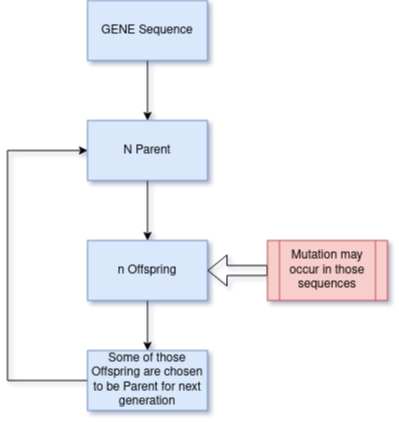
This is fig_1a.png from IRSINGH27/stochastic_Project, a draw.io export, as it was before one commit. Source tidied: cells renumbered, new cells last; positions are measured from the earlier drawing's top-left corner, leaving out a move shared by most shapes. Source of this version:
```xml
<mxGraphModel>
  <root>
    <mxCell id="0" />
    <mxCell id="1" parent="0" />
    <mxCell id="2" style="edgeStyle=orthogonalEdgeStyle;rounded=0;jettySize=auto;html=1;exitX=0.5;exitY=1;exitDx=0;exitDy=0;entryX=0.5;entryY=0;entryDx=0;entryDy=0;" parent="1" edge="1" source="3" target="5">
      <mxGeometry relative="1" as="geometry" />
    </mxCell>
    <mxCell id="3" value="GENE Sequence" style="rounded=0;whiteSpace=wrap;html=1;fillColor=#dae8fc;strokeColor=#6c8ebf;" parent="1" vertex="1">
      <mxGeometry x="80" width="120" height="60" as="geometry" />
    </mxCell>
    <mxCell id="4" style="edgeStyle=orthogonalEdgeStyle;rounded=0;jettySize=auto;html=1;entryX=0.5;entryY=0;entryDx=0;entryDy=0;" parent="1" edge="1" source="5" target="7">
      <mxGeometry relative="1" as="geometry" />
    </mxCell>
    <mxCell id="5" value="N Parent" style="rounded=0;whiteSpace=wrap;html=1;fillColor=#dae8fc;strokeColor=#6c8ebf;" parent="1" vertex="1">
      <mxGeometry x="80" y="120" width="120" height="60" as="geometry" />
    </mxCell>
    <mxCell id="6" style="edgeStyle=orthogonalEdgeStyle;rounded=0;jettySize=auto;html=1;exitX=0.5;exitY=1;exitDx=0;exitDy=0;" parent="1" edge="1" source="7" target="11">
      <mxGeometry relative="1" as="geometry" />
    </mxCell>
    <mxCell id="7" value="n Offspring" style="rounded=0;whiteSpace=wrap;html=1;fillColor=#dae8fc;strokeColor=#6c8ebf;" parent="1" vertex="1">
      <mxGeometry x="80" y="240" width="120" height="60" as="geometry" />
    </mxCell>
    <mxCell id="8" style="edgeStyle=orthogonalEdgeStyle;rounded=0;jettySize=auto;html=1;exitX=0;exitY=0.5;exitDx=0;exitDy=0;entryX=1;entryY=0.5;entryDx=0;entryDy=0;shape=flexArrow;" parent="1" edge="1" source="9" target="7">
      <mxGeometry relative="1" as="geometry" />
    </mxCell>
    <mxCell id="9" value="Mutation may occur in those sequences" style="shape=process;whiteSpace=wrap;html=1;backgroundOutline=1;fillColor=#f8cecc;strokeColor=#b85450;" parent="1" vertex="1">
      <mxGeometry x="260" y="240" width="120" height="60" as="geometry" />
    </mxCell>
    <mxCell id="10" style="edgeStyle=orthogonalEdgeStyle;rounded=0;jettySize=auto;html=1;exitX=0;exitY=0.5;exitDx=0;exitDy=0;entryX=0;entryY=0.5;entryDx=0;entryDy=0;" parent="1" edge="1" source="11" target="5">
      <mxGeometry relative="1" as="geometry">
        <Array as="points">
          <mxPoint y="380" />
          <mxPoint y="150" />
        </Array>
      </mxGeometry>
    </mxCell>
    <mxCell id="11" value="Some of those Offspring are chosen to be Parent for next generation" style="rounded=0;whiteSpace=wrap;html=1;fillColor=#dae8fc;strokeColor=#6c8ebf;" parent="1" vertex="1">
      <mxGeometry x="80" y="350" width="120" height="60" as="geometry" />
    </mxCell>
  </root>
</mxGraphModel>
```
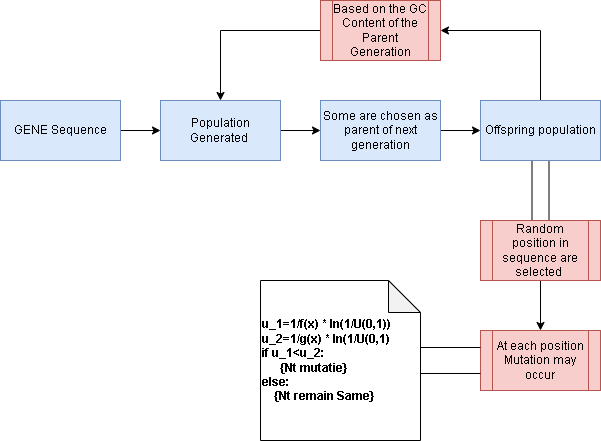
The same file after the commit.

Diff of the diagram source:
```diff
@@ -2,40 +2,53 @@
   <root>
     <mxCell id="0" />
     <mxCell id="1" parent="0" />
-    <mxCell id="2" style="edgeStyle=orthogonalEdgeStyle;rounded=0;jettySize=auto;html=1;exitX=0.5;exitY=1;exitDx=0;exitDy=0;entryX=0.5;entryY=0;entryDx=0;entryDy=0;" parent="1" edge="1" source="3" target="5">
+    <mxCell id="2" style="edgeStyle=orthogonalEdgeStyle;rounded=0;jettySize=auto;html=1;entryX=0;entryY=0.5;entryDx=0;entryDy=0;" parent="1" edge="1" source="3" target="5">
       <mxGeometry relative="1" as="geometry" />
     </mxCell>
     <mxCell id="3" value="GENE Sequence" style="rounded=0;whiteSpace=wrap;html=1;fillColor=#dae8fc;strokeColor=#6c8ebf;" parent="1" vertex="1">
-      <mxGeometry x="80" width="120" height="60" as="geometry" />
+      <mxGeometry x="-80" y="80" width="120" height="60" as="geometry" />
     </mxCell>
-    <mxCell id="4" style="edgeStyle=orthogonalEdgeStyle;rounded=0;jettySize=auto;html=1;entryX=0.5;entryY=0;entryDx=0;entryDy=0;" parent="1" edge="1" source="5" target="7">
+    <mxCell id="4" style="edgeStyle=orthogonalEdgeStyle;rounded=0;jettySize=auto;html=1;entryX=0;entryY=0.5;entryDx=0;entryDy=0;" parent="1" edge="1" source="5" target="7">
       <mxGeometry relative="1" as="geometry" />
     </mxCell>
-    <mxCell id="5" value="N Parent" style="rounded=0;whiteSpace=wrap;html=1;fillColor=#dae8fc;strokeColor=#6c8ebf;" parent="1" vertex="1">
-      <mxGeometry x="80" y="120" width="120" height="60" as="geometry" />
+    <mxCell id="5" value="Population Generated&amp;nbsp;" style="rounded=0;whiteSpace=wrap;html=1;fillColor=#dae8fc;strokeColor=#6c8ebf;" parent="1" vertex="1">
+      <mxGeometry x="80" y="80" width="120" height="60" as="geometry" />
     </mxCell>
-    <mxCell id="6" style="edgeStyle=orthogonalEdgeStyle;rounded=0;jettySize=auto;html=1;exitX=0.5;exitY=1;exitDx=0;exitDy=0;" parent="1" edge="1" source="7" target="11">
+    <mxCell id="6" style="edgeStyle=orthogonalEdgeStyle;rounded=0;jettySize=auto;html=1;exitX=1;exitY=0.5;exitDx=0;exitDy=0;" parent="1" edge="1" source="7" target="11">
       <mxGeometry relative="1" as="geometry" />
     </mxCell>
-    <mxCell id="7" value="n Offspring" style="rounded=0;whiteSpace=wrap;html=1;fillColor=#dae8fc;strokeColor=#6c8ebf;" parent="1" vertex="1">
-      <mxGeometry x="80" y="240" width="120" height="60" as="geometry" />
+    <mxCell id="7" value="Some are chosen as parent of next generation" style="rounded=0;whiteSpace=wrap;html=1;fillColor=#dae8fc;strokeColor=#6c8ebf;" parent="1" vertex="1">
+      <mxGeometry x="240" y="80" width="120" height="60" as="geometry" />
     </mxCell>
-    <mxCell id="8" style="edgeStyle=orthogonalEdgeStyle;rounded=0;jettySize=auto;html=1;exitX=0;exitY=0.5;exitDx=0;exitDy=0;entryX=1;entryY=0.5;entryDx=0;entryDy=0;shape=flexArrow;" parent="1" edge="1" source="9" target="7">
-      <mxGeometry relative="1" as="geometry" />
-    </mxCell>
-    <mxCell id="9" value="Mutation may occur in those sequences" style="shape=process;whiteSpace=wrap;html=1;backgroundOutline=1;fillColor=#f8cecc;strokeColor=#b85450;" parent="1" vertex="1">
-      <mxGeometry x="260" y="240" width="120" height="60" as="geometry" />
+    <mxCell id="9" value="At each position Mutation may occur" style="shape=process;whiteSpace=wrap;html=1;backgroundOutline=1;fillColor=#f8cecc;strokeColor=#b85450;" parent="1" vertex="1">
+      <mxGeometry x="400" y="310" width="120" height="60" as="geometry" />
     </mxCell>
-    <mxCell id="10" style="edgeStyle=orthogonalEdgeStyle;rounded=0;jettySize=auto;html=1;exitX=0;exitY=0.5;exitDx=0;exitDy=0;entryX=0;entryY=0.5;entryDx=0;entryDy=0;" parent="1" edge="1" source="11" target="5">
-      <mxGeometry relative="1" as="geometry">
-        <Array as="points">
-          <mxPoint y="380" />
-          <mxPoint y="150" />
-        </Array>
-      </mxGeometry>
-    </mxCell>
+    <mxCell id="12" style="edgeStyle=orthogonalEdgeStyle;rounded=0;jettySize=auto;html=1;exitX=0.5;exitY=1;exitDx=0;exitDy=0;entryX=0.5;entryY=0;entryDx=0;entryDy=0;shape=link;width=17;" parent="1" edge="1" source="11" target="19">
+      <mxGeometry relative="1" as="geometry" />
+    </mxCell>
+    <mxCell id="13" style="edgeStyle=orthogonalEdgeStyle;rounded=0;jettySize=auto;html=1;exitX=0.5;exitY=0;exitDx=0;exitDy=0;entryX=1;entryY=0.5;entryDx=0;entryDy=0;" parent="1" edge="1" source="11" target="15">
+      <mxGeometry relative="1" as="geometry" />
+    </mxCell>
-    <mxCell id="11" value="Some of those Offspring are chosen to be Parent for next generation" style="rounded=0;whiteSpace=wrap;html=1;fillColor=#dae8fc;strokeColor=#6c8ebf;" parent="1" vertex="1">
-      <mxGeometry x="80" y="350" width="120" height="60" as="geometry" />
+    <mxCell id="11" value="Offspring population" style="rounded=0;whiteSpace=wrap;html=1;fillColor=#dae8fc;strokeColor=#6c8ebf;" parent="1" vertex="1">
+      <mxGeometry x="400" y="80" width="120" height="60" as="geometry" />
     </mxCell>
+    <mxCell id="14" style="edgeStyle=orthogonalEdgeStyle;rounded=0;jettySize=auto;html=1;exitX=0;exitY=0.5;exitDx=0;exitDy=0;entryX=0.5;entryY=0;entryDx=0;entryDy=0;" parent="1" edge="1" source="15" target="5">
+      <mxGeometry relative="1" as="geometry" />
+    </mxCell>
+    <mxCell id="15" value="Based on the GC Content of the Parent Generation" style="shape=process;whiteSpace=wrap;html=1;backgroundOutline=1;fillColor=#f8cecc;strokeColor=#b85450;" parent="1" vertex="1">
+      <mxGeometry x="240" y="-20" width="120" height="60" as="geometry" />
+    </mxCell>
+    <mxCell id="16" style="edgeStyle=orthogonalEdgeStyle;rounded=0;jettySize=auto;html=1;entryX=0;entryY=0.5;entryDx=0;entryDy=0;shape=link;width=26;" parent="1" edge="1" source="17" target="9">
+      <mxGeometry relative="1" as="geometry" />
+    </mxCell>
+    <mxCell id="17" value="&lt;b&gt;u_1=1/f(x) * ln(1/U(0,1))&lt;br&gt;u_2=1/g(x) * ln(1/U(0,1)&lt;br&gt;if u_1&amp;lt;u_2:&lt;br&gt;&amp;nbsp; &amp;nbsp; &amp;nbsp; {Nt mutatie}&lt;br&gt;else:&lt;br&gt;&amp;nbsp; &amp;nbsp; {Nt remain Same}&lt;/b&gt;" style="shape=note;whiteSpace=wrap;html=1;backgroundOutline=1;darkOpacity=0.05;align=left;size=32;" parent="1" vertex="1">
+      <mxGeometry x="180" y="260" width="160" height="160" as="geometry" />
+    </mxCell>
+    <mxCell id="18" style="edgeStyle=orthogonalEdgeStyle;rounded=0;jettySize=auto;html=1;exitX=0.5;exitY=1;exitDx=0;exitDy=0;entryX=0.5;entryY=0;entryDx=0;entryDy=0;" parent="1" edge="1" source="19" target="9">
+      <mxGeometry relative="1" as="geometry" />
+    </mxCell>
+    <mxCell id="19" value="Random position in sequence are selected&amp;nbsp;" style="shape=process;whiteSpace=wrap;html=1;backgroundOutline=1;fillColor=#f8cecc;strokeColor=#b85450;" parent="1" vertex="1">
+      <mxGeometry x="400" y="200" width="120" height="60" as="geometry" />
+    </mxCell>
   </root>
 </mxGraphModel>
```
